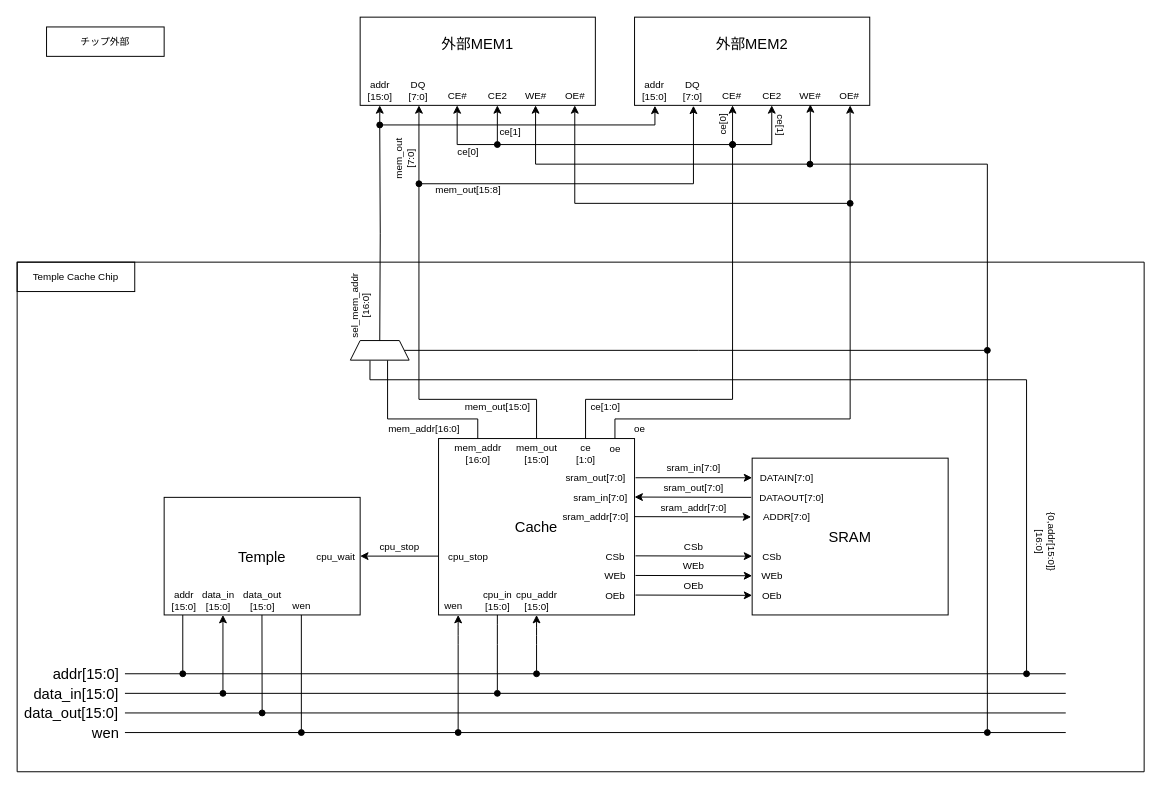
Above: block-diagram.drawio in HiroshimaNatsu/cachetemple (draw.io), before the change. Source tidied: cells renumbered, new cells numbered last; positions are measured from the earlier drawing's top-left corner, leaving out a move shared by most shapes. Both pictures are drawn from the tidied source at 98%, with x=0, y=0 at pixel (17, 17).
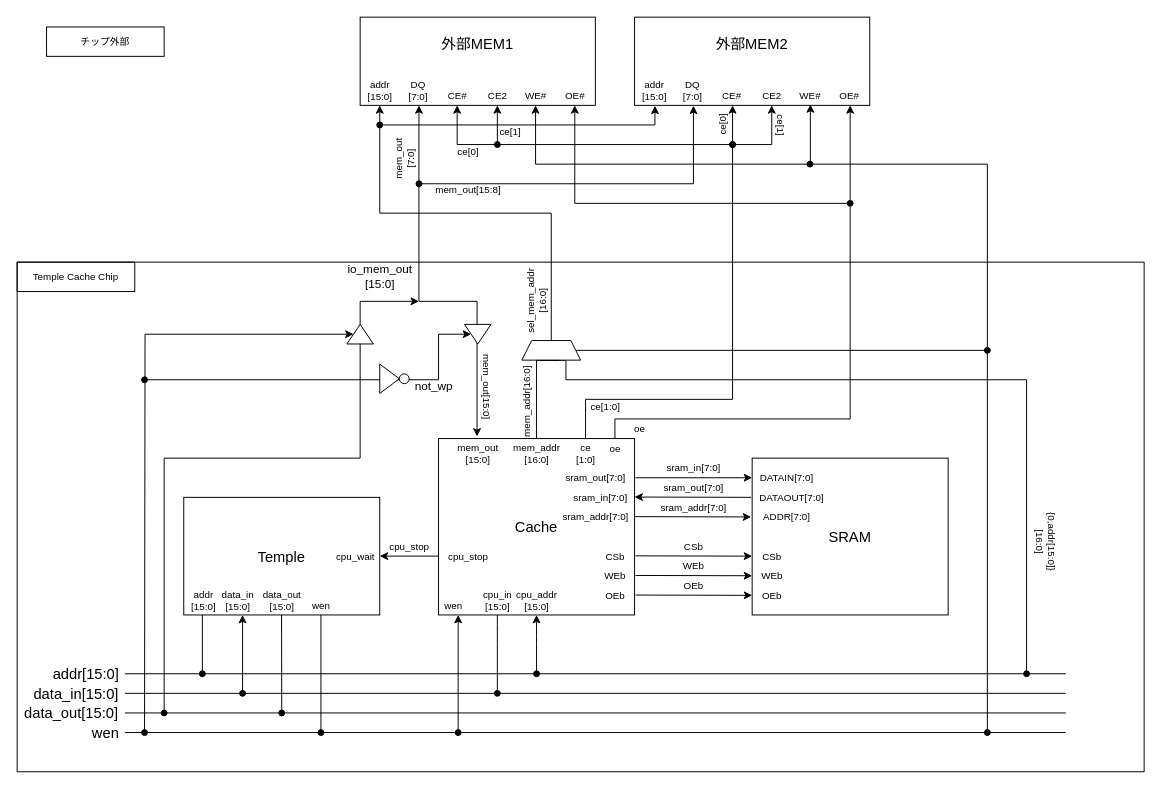
The same page after the edit.

Unchanged cells that the change refers to:
```xml
<mxCell id="33" style="group;" parent="32" vertex="1">
  <mxGeometry width="200" height="300" as="geometry" />
</mxCell>
<mxCell id="49" style="group;" parent="48" vertex="1">
  <mxGeometry width="520" height="160" as="geometry" />
</mxCell>
```

The edit, as a diff of the source:
```diff
@@
     <mxCell id="34" style="edgeStyle=orthogonalEdgeStyle;rounded=0;orthogonalLoop=1;jettySize=auto;html=1;fontSize=15;endArrow=oval;endFill=1;startArrow=none;startFill=0;" parent="33" edge="1">
       <mxGeometry relative="1" as="geometry">
-        <mxPoint x="19" y="120" as="sourcePoint" />
-        <mxPoint x="19" y="180" as="targetPoint" />
+        <mxPoint x="39" y="120" as="sourcePoint" />
+        <mxPoint x="39" y="180" as="targetPoint" />
         <Array as="points">
-          <mxPoint x="19" y="120" />
-          <mxPoint x="19" y="300" />
+          <mxPoint x="39" y="120" />
+          <mxPoint x="39" y="300" />
         </Array>
       </mxGeometry>
     </mxCell>
     <mxCell id="35" value="&lt;font style=&quot;font-size: 15px;&quot;&gt;Temple&lt;/font&gt;" style="rounded=0;whiteSpace=wrap;html=1;fontSize=15;" parent="33" vertex="1">
-      <mxGeometry width="200" height="120" as="geometry" />
+      <mxGeometry x="20" width="200" height="120" as="geometry" />
     </mxCell>
     <mxCell id="36" style="edgeStyle=orthogonalEdgeStyle;rounded=0;orthogonalLoop=1;jettySize=auto;html=1;fontSize=15;endArrow=oval;endFill=1;startArrow=classic;startFill=1;" parent="33" edge="1">
       <mxGeometry relative="1" as="geometry">
-        <mxPoint x="60" y="120" as="sourcePoint" />
-        <mxPoint x="60" y="200" as="targetPoint" />
+        <mxPoint x="80" y="120" as="sourcePoint" />
+        <mxPoint x="80" y="200" as="targetPoint" />
         <Array as="points">
-          <mxPoint x="60" y="120" />
-          <mxPoint x="60" y="300" />
+          <mxPoint x="80" y="120" />
+          <mxPoint x="80" y="300" />
         </Array>
       </mxGeometry>
     </mxCell>
     <mxCell id="37" style="edgeStyle=orthogonalEdgeStyle;rounded=0;orthogonalLoop=1;jettySize=auto;html=1;fontSize=15;endArrow=oval;endFill=1;startArrow=none;startFill=0;" parent="33" edge="1">
       <mxGeometry relative="1" as="geometry">
-        <mxPoint x="99.8" y="120" as="sourcePoint" />
-        <mxPoint x="100" y="220" as="targetPoint" />
+        <mxPoint x="119.8" y="120" as="sourcePoint" />
+        <mxPoint x="120" y="220" as="targetPoint" />
         <Array as="points">
-          <mxPoint x="99.8" y="120" />
-          <mxPoint x="99.8" y="300" />
+          <mxPoint x="119.8" y="120" />
+          <mxPoint x="119.8" y="300" />
         </Array>
       </mxGeometry>
     </mxCell>
     <mxCell id="38" style="edgeStyle=orthogonalEdgeStyle;rounded=0;orthogonalLoop=1;jettySize=auto;html=1;fontSize=15;endArrow=oval;endFill=1;startArrow=none;startFill=0;" parent="33" edge="1">
       <mxGeometry relative="1" as="geometry">
-        <mxPoint x="140" y="120" as="sourcePoint" />
-        <mxPoint x="140" y="240" as="targetPoint" />
+        <mxPoint x="160" y="120" as="sourcePoint" />
+        <mxPoint x="160" y="240" as="targetPoint" />
         <Array as="points">
-          <mxPoint x="140" y="120" />
-          <mxPoint x="140" y="300" />
+          <mxPoint x="160" y="120" />
+          <mxPoint x="160" y="300" />
         </Array>
       </mxGeometry>
     </mxCell>
     <mxCell id="39" value="addr&lt;br&gt;[15:0]" style="text;html=1;align=center;verticalAlign=middle;fontSize=10;" parent="33" vertex="1">
-      <mxGeometry y="90" width="40" height="30" as="geometry" />
+      <mxGeometry x="20" y="90" width="40" height="30" as="geometry" />
     </mxCell>
     <mxCell id="40" value="data_out&lt;br&gt;[15:0]" style="text;html=1;align=center;verticalAlign=middle;fontSize=10;" parent="33" vertex="1">
-      <mxGeometry x="75" y="90" width="50" height="30" as="geometry" />
+      <mxGeometry x="95" y="90" width="50" height="30" as="geometry" />
     </mxCell>
     <mxCell id="41" value="wen" style="text;html=1;align=center;verticalAlign=middle;fontSize=10;" parent="33" vertex="1">
-      <mxGeometry x="125" y="100" width="30" height="20" as="geometry" />
+      <mxGeometry x="145" y="100" width="30" height="20" as="geometry" />
     </mxCell>
     <mxCell id="42" value="data_in&lt;br&gt;[15:0]" style="text;html=1;align=center;verticalAlign=middle;fontSize=10;" parent="33" vertex="1">
-      <mxGeometry x="30" y="90" width="50" height="30" as="geometry" />
+      <mxGeometry x="50" y="90" width="50" height="30" as="geometry" />
     </mxCell>
     <mxCell id="43" value="cpu_wait" style="text;html=1;align=center;verticalAlign=middle;points=[];fontSize=10;" parent="33" vertex="1">
-      <mxGeometry x="150" y="50" width="50" height="20" as="geometry" />
+      <mxGeometry x="170" y="50" width="50" height="20" as="geometry" />
     </mxCell>
@@
     <mxCell id="45" value="cpu_stop" style="text;html=1;align=center;verticalAlign=middle;fontSize=10;" parent="1" vertex="1">
-      <mxGeometry x="360" y="530" width="60" height="20" as="geometry" />
+      <mxGeometry x="370" y="530" width="60" height="20" as="geometry" />
     </mxCell>
@@
-    <mxCell id="80" value="mem_addr&lt;br&gt;[16:0]" style="text;html=1;align=center;verticalAlign=middle;points=[];fontSize=10;" parent="49" vertex="1">
-      <mxGeometry x="10" y="-20" width="60" height="30" as="geometry" />
-    </mxCell>
@@
-    <mxCell id="96" style="edgeStyle=orthogonalEdgeStyle;rounded=0;jettySize=auto;html=1;startArrow=none;startFill=0;endArrow=oval;endFill=1;fontSize=10;" parent="1" edge="1" source="97">
-      <mxGeometry relative="1" as="geometry">
-        <mxPoint x="410" y="170" as="targetPoint" />
-        <Array as="points">
-          <mxPoint x="530" y="390" />
-          <mxPoint x="410" y="390" />
-        </Array>
-      </mxGeometry>
-    </mxCell>
-    <mxCell id="97" value="mem_out&lt;br&gt;[15:0]" style="text;html=1;align=center;verticalAlign=middle;points=[];fontSize=10;" parent="1" vertex="1">
-      <mxGeometry x="500" y="430" width="60" height="30" as="geometry" />
-    </mxCell>
     <mxCell id="98" style="edgeStyle=orthogonalEdgeStyle;rounded=0;jettySize=auto;html=1;exitX=0.334;exitY=1.013;exitDx=0;exitDy=0;startArrow=none;startFill=0;endArrow=oval;endFill=1;fontSize=10;exitPerimeter=0;" parent="1" edge="1" source="100">
       <mxGeometry relative="1" as="geometry">
         <mxPoint x="1030" y="670" as="targetPoint" />
         <Array as="points">
-          <mxPoint x="360" y="370" />
+          <mxPoint x="560" y="350" />
+          <mxPoint x="560" y="370" />
           <mxPoint x="1030" y="370" />
         </Array>
       </mxGeometry>
     </mxCell>
@@
     <mxCell id="100" style="shape=trapezoid;perimeter=trapezoidPerimeter;whiteSpace=wrap;html=1;fixedSize=1;fillColor=#FFFFFF;fontSize=10;align=center;size=10;" parent="1" vertex="1">
-      <mxGeometry x="340" y="330" width="60" height="20" as="geometry" />
+      <mxGeometry x="515" y="330" width="60" height="20" as="geometry" />
     </mxCell>
     <mxCell id="101" style="edgeStyle=orthogonalEdgeStyle;rounded=0;jettySize=auto;html=1;entryX=0.5;entryY=0;entryDx=0;entryDy=0;startArrow=oval;startFill=1;endArrow=none;endFill=0;fontSize=10;" parent="1" edge="1" target="100">
       <mxGeometry relative="1" as="geometry">
         <mxPoint x="370" y="110" as="sourcePoint" />
+        <Array as="points">
+          <mxPoint x="370" y="200" />
+          <mxPoint x="545" y="200" />
+        </Array>
       </mxGeometry>
     </mxCell>
     <mxCell id="102" style="edgeStyle=orthogonalEdgeStyle;rounded=0;jettySize=auto;html=1;entryX=0.633;entryY=1.013;entryDx=0;entryDy=0;entryPerimeter=0;startArrow=none;startFill=0;endArrow=none;endFill=0;fontSize=10;" parent="1" edge="1" source="80" target="100">
       <mxGeometry relative="1" as="geometry">
         <Array as="points">
-          <mxPoint x="470" y="410" />
-          <mxPoint x="378" y="410" />
+          <mxPoint x="530" y="350" />
         </Array>
       </mxGeometry>
     </mxCell>
@@
     <mxCell id="104" value="sel_mem_addr&lt;br&gt;[16:0]" style="text;html=1;align=center;verticalAlign=middle;fontSize=10;rotation=-90;" parent="1" vertex="1">
-      <mxGeometry x="310" y="280" width="80" height="30" as="geometry" />
+      <mxGeometry x="490" y="275" width="80" height="30" as="geometry" />
     </mxCell>
-    <mxCell id="105" value="mem_out[15:0]" style="text;html=1;align=center;verticalAlign=middle;fontSize=10;" parent="1" vertex="1">
-      <mxGeometry x="450" y="387" width="80" height="20" as="geometry" />
+    <mxCell id="105" value="mem_out[15:0]" style="text;html=1;align=center;verticalAlign=middle;fontSize=10;rotation=90;" parent="1" vertex="1">
+      <mxGeometry x="440" y="367" width="80" height="20" as="geometry" />
     </mxCell>
-    <mxCell id="106" value="mem_addr[16:0]" style="text;html=1;align=center;verticalAlign=middle;fontSize=10;" parent="1" vertex="1">
-      <mxGeometry x="370" y="410" width="90" height="20" as="geometry" />
+    <mxCell id="106" value="mem_addr[16:0]" style="text;html=1;align=center;verticalAlign=middle;fontSize=10;rotation=-90;" parent="1" vertex="1">
+      <mxGeometry x="475" y="383" width="90" height="20" as="geometry" />
     </mxCell>
@@
+    <mxCell id="80" value="mem_addr&lt;br&gt;[16:0]" style="text;html=1;align=center;verticalAlign=middle;points=[];fontSize=10;" parent="1" vertex="1">
+      <mxGeometry x="500" y="430" width="60" height="30" as="geometry" />
+    </mxCell>
+    <mxCell id="116" style="edgeStyle=orthogonalEdgeStyle;rounded=0;jettySize=auto;html=1;entryX=0.488;entryY=-0.071;entryDx=0;entryDy=0;entryPerimeter=0;startArrow=oval;startFill=1;" parent="1" edge="1" target="97">
+      <mxGeometry relative="1" as="geometry">
+        <mxPoint x="410" y="170" as="sourcePoint" />
+        <Array as="points">
+          <mxPoint x="410" y="290" />
+          <mxPoint x="469" y="290" />
+        </Array>
+      </mxGeometry>
+    </mxCell>
+    <mxCell id="117" style="edgeStyle=orthogonalEdgeStyle;rounded=0;jettySize=auto;html=1;exitX=0.5;exitY=1;exitDx=0;exitDy=0;startArrow=classic;startFill=1;endArrow=oval;endFill=1;" parent="1" edge="1" source="118">
+      <mxGeometry relative="1" as="geometry">
+        <mxPoint x="130" y="370" as="targetPoint" />
+        <Array as="points">
+          <mxPoint x="430" y="324" />
+          <mxPoint x="430" y="370" />
+        </Array>
+      </mxGeometry>
+    </mxCell>
+    <mxCell id="118" style="triangle;whiteSpace=wrap;html=1;rotation=90;" parent="1" vertex="1">
+      <mxGeometry x="460" y="310" width="20" height="27" as="geometry" />
+    </mxCell>
+    <mxCell id="119" style="edgeStyle=orthogonalEdgeStyle;rounded=0;jettySize=auto;html=1;exitX=1;exitY=0.5;exitDx=0;exitDy=0;startArrow=none;startFill=0;endArrow=classic;endFill=1;" parent="1" edge="1" source="122">
+      <mxGeometry relative="1" as="geometry">
+        <mxPoint x="410" y="290" as="targetPoint" />
+        <Array as="points">
+          <mxPoint x="350" y="290" />
+        </Array>
+      </mxGeometry>
+    </mxCell>
+    <mxCell id="120" style="edgeStyle=orthogonalEdgeStyle;rounded=0;jettySize=auto;html=1;exitX=0;exitY=0.5;exitDx=0;exitDy=0;startArrow=none;startFill=0;endArrow=oval;endFill=1;" parent="1" edge="1" source="122">
+      <mxGeometry relative="1" as="geometry">
+        <mxPoint x="150" y="710" as="targetPoint" />
+        <Array as="points">
+          <mxPoint x="350" y="450" />
+          <mxPoint x="150" y="450" />
+          <mxPoint x="150" y="710" />
+        </Array>
+      </mxGeometry>
+    </mxCell>
+    <mxCell id="121" style="edgeStyle=orthogonalEdgeStyle;rounded=0;jettySize=auto;html=1;exitX=0.5;exitY=0;exitDx=0;exitDy=0;startArrow=classic;startFill=1;endArrow=oval;endFill=1;" parent="1" edge="1" source="122">
+      <mxGeometry relative="1" as="geometry">
+        <mxPoint x="130" y="730" as="targetPoint" />
+      </mxGeometry>
+    </mxCell>
+    <mxCell id="122" style="triangle;whiteSpace=wrap;html=1;rotation=90;direction=west;" parent="1" vertex="1">
+      <mxGeometry x="340" y="310" width="20" height="27" as="geometry" />
+    </mxCell>
+    <mxCell id="97" value="mem_out&lt;br&gt;[15:0]" style="text;html=1;align=center;verticalAlign=middle;points=[];fontSize=10;" parent="1" vertex="1">
+      <mxGeometry x="440" y="430" width="60" height="30" as="geometry" />
+    </mxCell>
+    <mxCell id="123" value="io_mem_out&lt;br&gt;[15:0]" style="text;html=1;align=center;verticalAlign=middle;" parent="1" vertex="1">
+      <mxGeometry x="330" y="250" width="80" height="30" as="geometry" />
+    </mxCell>
+    <mxCell id="124" style="triangle;whiteSpace=wrap;html=1;" parent="1" vertex="1">
+      <mxGeometry x="370" y="354" width="20" height="30" as="geometry" />
+    </mxCell>
+    <mxCell id="125" style="ellipse;whiteSpace=wrap;html=1;" parent="1" vertex="1">
+      <mxGeometry x="390" y="364" width="10" height="10" as="geometry" />
+    </mxCell>
+    <mxCell id="126" value="not_wp" style="text;html=1;align=center;verticalAlign=middle;" parent="1" vertex="1">
+      <mxGeometry x="400" y="367" width="50" height="20" as="geometry" />
+    </mxCell>
```
